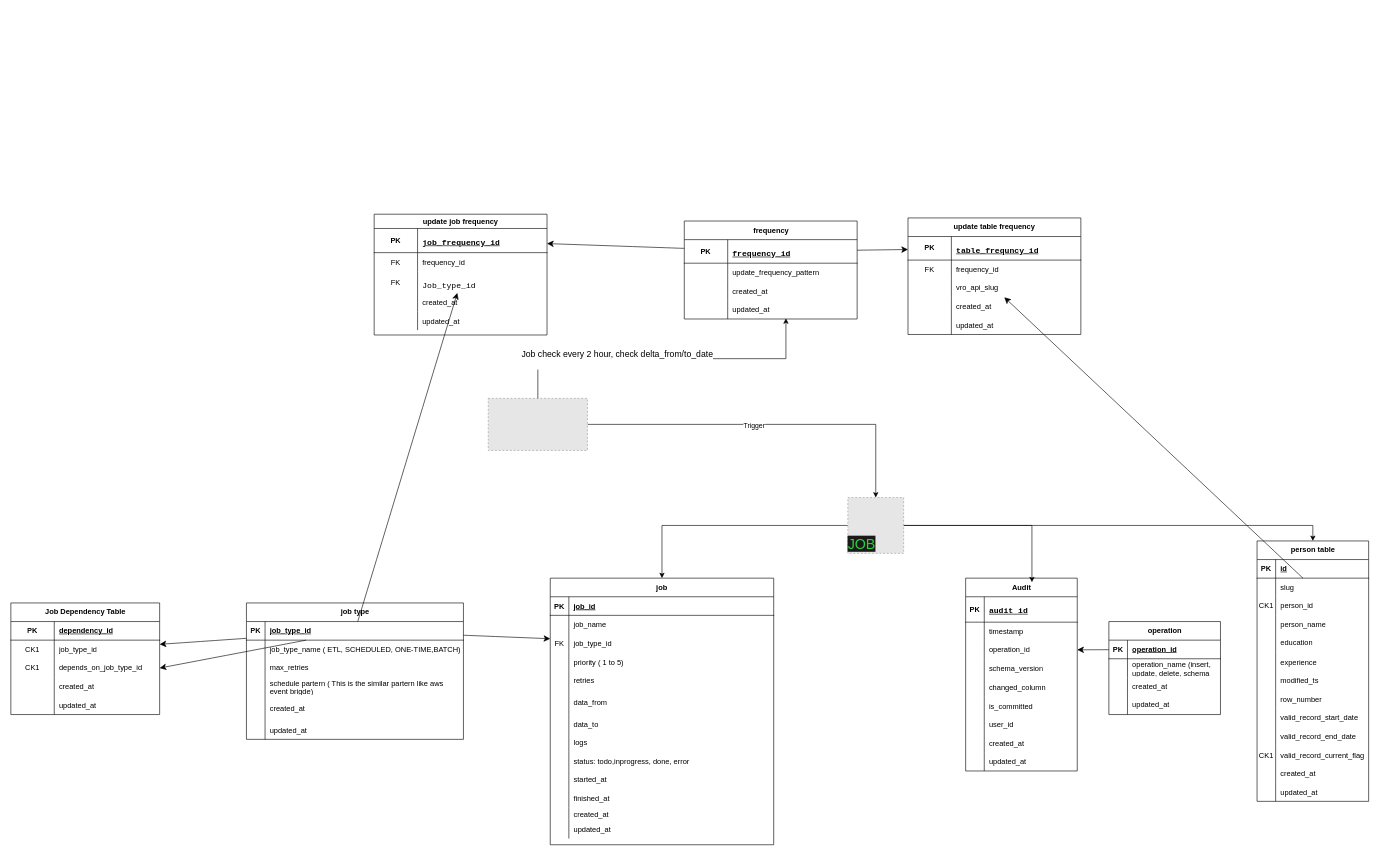
Before: vro db diagram.drawio in jorawarsinghcapgemini/drawio, a draw.io diagram. Source tidied: cells renumbered, new cells numbered last; positions are measured from the earlier drawing's top-left corner, leaving out a move shared by most shapes. Both pictures are drawn from the tidied source at 62%, with x=0, y=0 at pixel (11, 214). Pictures stored in the file or linked from it are replaced by grey dashed boxes.
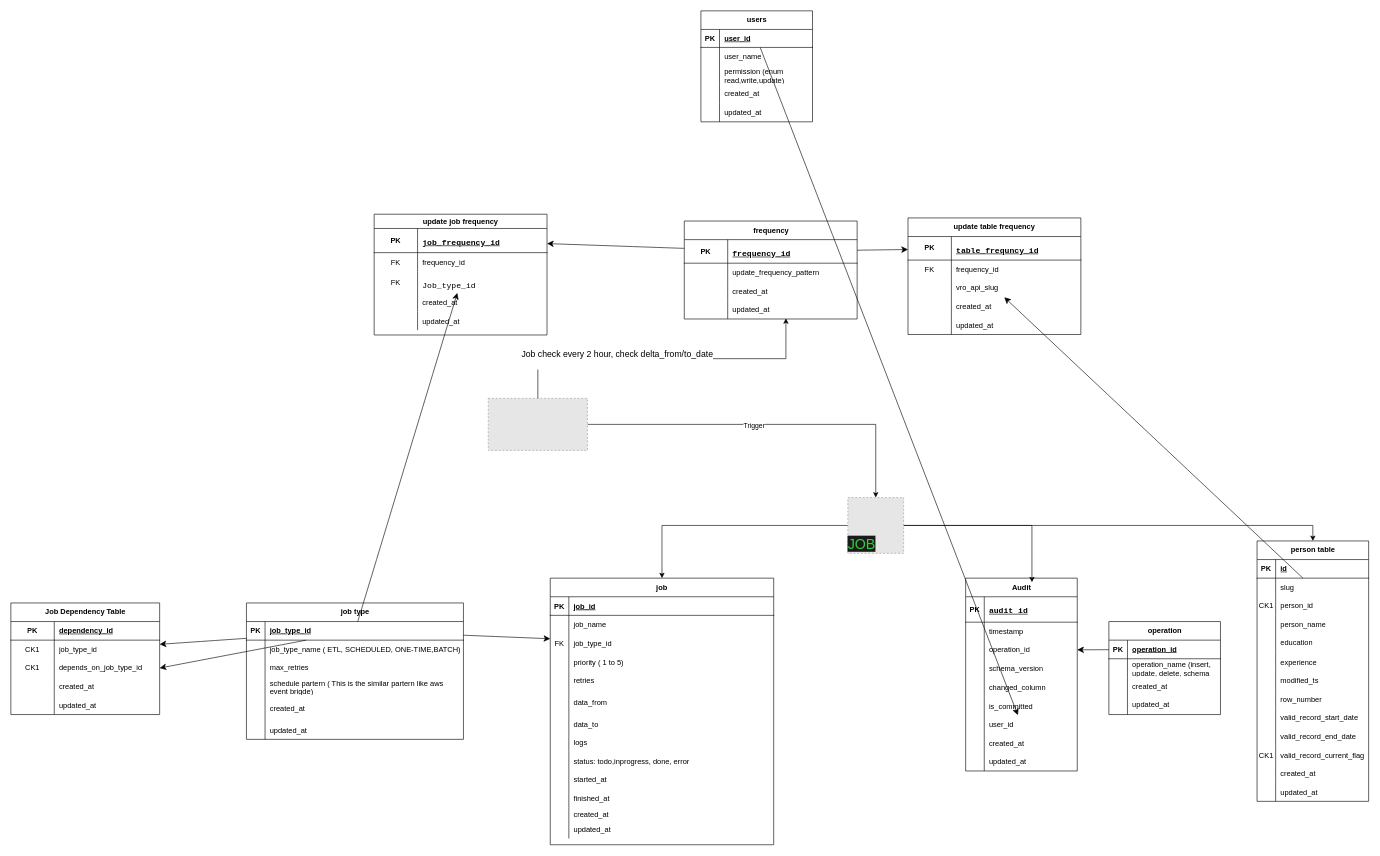
After the change.

The change refers to these unchanged cells:
```xml
<mxCell id="27" style="shape=tableRow;horizontal=0;startSize=0;swimlaneHead=0;swimlaneBody=0;fillColor=none;points=[[0,0.5],[1,0.5]];portConstraint=eastwest;top=0;left=0;right=0;bottom=0;" parent="8" vertex="1">
  <mxGeometry y="221" width="180" height="30" as="geometry" />
</mxCell>
```

The edit, as a diff of the source:
```diff
@@
+    <mxCell id="221" value="users" style="shape=table;startSize=30;childLayout=tableLayout;rowLines=0;fontStyle=1;align=center;html=1;" parent="1" vertex="1">
+      <mxGeometry x="1113" y="-328" width="180" height="179" as="geometry" />
+    </mxCell>
+    <mxCell id="222" style="shape=tableRow;horizontal=0;startSize=0;swimlaneHead=0;swimlaneBody=0;fillColor=none;points=[[0,0.5],[1,0.5]];portConstraint=eastwest;top=0;left=0;right=0;bottom=1;" parent="221" vertex="1">
+      <mxGeometry y="30" width="180" height="29" as="geometry" />
+    </mxCell>
+    <mxCell id="223" value="PK" style="shape=partialRectangle;fillColor=none;top=0;left=0;bottom=0;right=0;fontStyle=1;overflow=hidden;whiteSpace=wrap;html=1;" parent="222" vertex="1">
+      <mxGeometry width="30" height="29" as="geometry" />
+    </mxCell>
+    <mxCell id="224" value="user_id" style="shape=partialRectangle;fillColor=none;top=0;left=0;bottom=0;right=0;align=left;spacingLeft=6;fontStyle=5;overflow=hidden;whiteSpace=wrap;html=1;" parent="222" vertex="1">
+      <mxGeometry x="30" width="150" height="29" as="geometry" />
+    </mxCell>
+    <mxCell id="225" style="shape=tableRow;horizontal=0;startSize=0;swimlaneHead=0;swimlaneBody=0;fillColor=none;top=0;left=0;right=0;bottom=0;" parent="221" vertex="1">
+      <mxGeometry y="59" width="180" height="30" as="geometry" />
+    </mxCell>
+    <mxCell id="226" style="shape=partialRectangle;fillColor=none;top=0;left=0;bottom=0;right=0;overflow=hidden;whiteSpace=wrap;html=1;" parent="225" vertex="1">
+      <mxGeometry width="30" height="30" as="geometry" />
+    </mxCell>
+    <mxCell id="227" value="user_name" style="shape=partialRectangle;fillColor=none;top=0;left=0;bottom=0;right=0;align=left;spacingLeft=6;overflow=hidden;whiteSpace=wrap;html=1;" parent="225" vertex="1">
+      <mxGeometry x="30" width="150" height="30" as="geometry" />
+    </mxCell>
+    <mxCell id="228" style="shape=tableRow;horizontal=0;startSize=0;swimlaneHead=0;swimlaneBody=0;fillColor=none;top=0;left=0;right=0;bottom=0;" parent="221" vertex="1">
+      <mxGeometry y="89" width="180" height="30" as="geometry" />
+    </mxCell>
+    <mxCell id="229" style="shape=partialRectangle;fillColor=none;top=0;left=0;bottom=0;right=0;overflow=hidden;whiteSpace=wrap;html=1;" parent="228" vertex="1">
+      <mxGeometry width="30" height="30" as="geometry" />
+    </mxCell>
+    <mxCell id="230" value="permission (enum read,write,update)" style="shape=partialRectangle;fillColor=none;top=0;left=0;bottom=0;right=0;align=left;spacingLeft=6;overflow=hidden;whiteSpace=wrap;html=1;" parent="228" vertex="1">
+      <mxGeometry x="30" width="150" height="30" as="geometry" />
+    </mxCell>
+    <mxCell id="231" style="shape=tableRow;horizontal=0;startSize=0;swimlaneHead=0;swimlaneBody=0;fillColor=none;top=0;left=0;right=0;bottom=0;" parent="221" vertex="1">
+      <mxGeometry y="119" width="180" height="30" as="geometry" />
+    </mxCell>
+    <mxCell id="232" style="shape=partialRectangle;fillColor=none;top=0;left=0;bottom=0;right=0;overflow=hidden;whiteSpace=wrap;html=1;" parent="231" vertex="1">
+      <mxGeometry width="30" height="30" as="geometry" />
+    </mxCell>
+    <mxCell id="233" value="created_at" style="shape=partialRectangle;fillColor=none;top=0;left=0;bottom=0;right=0;align=left;spacingLeft=6;overflow=hidden;whiteSpace=wrap;html=1;" parent="231" vertex="1">
+      <mxGeometry x="30" width="150" height="30" as="geometry" />
+    </mxCell>
+    <mxCell id="234" style="shape=tableRow;horizontal=0;startSize=0;swimlaneHead=0;swimlaneBody=0;fillColor=none;top=0;left=0;right=0;bottom=0;" parent="221" vertex="1">
+      <mxGeometry y="149" width="180" height="30" as="geometry" />
+    </mxCell>
+    <mxCell id="235" style="shape=partialRectangle;fillColor=none;top=0;left=0;bottom=0;right=0;overflow=hidden;" parent="234" vertex="1">
+      <mxGeometry width="30" height="30" as="geometry" />
+    </mxCell>
+    <mxCell id="236" value="updated_at" style="shape=partialRectangle;fillColor=none;top=0;left=0;bottom=0;right=0;align=left;spacingLeft=6;overflow=hidden;" parent="234" vertex="1">
+      <mxGeometry x="30" width="150" height="30" as="geometry" />
+    </mxCell>
+    <mxCell id="237" style="edgeStyle=none;curved=1;rounded=0;jettySize=auto;html=1;fontSize=12;startSize=8;endSize=8;" parent="1" edge="1" source="222" target="27">
+      <mxGeometry relative="1" as="geometry" />
+    </mxCell>
```
